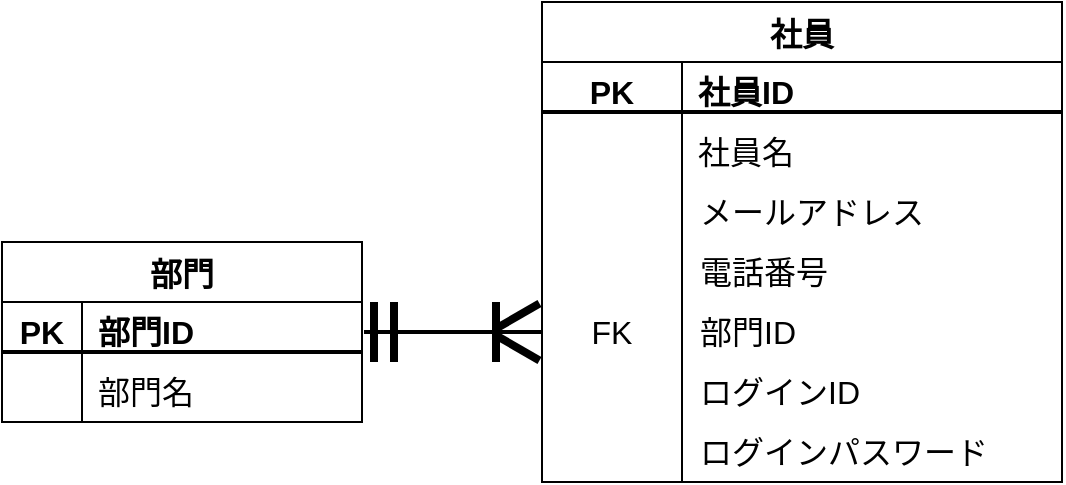
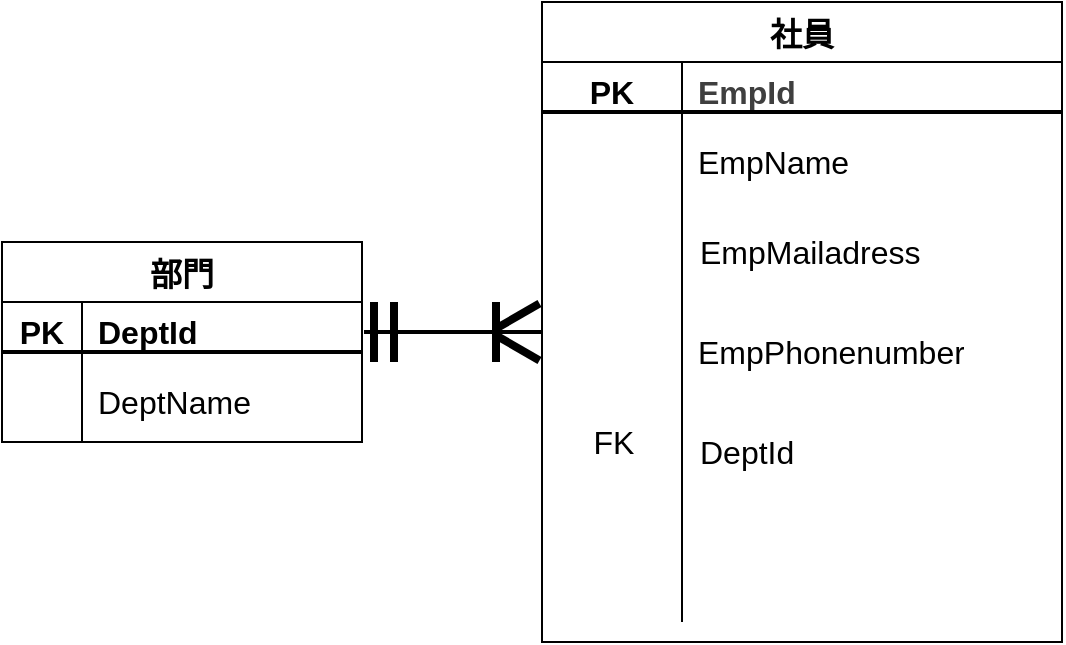
<mxfile host="65bd71144e">
    <diagram id="WxE_ewJcuUXHF8yFTwml" name="ページ1">
-         <mxGraphModel dx="2465" dy="1048" grid="1" gridSize="10" guides="1" tooltips="1" connect="1" arrows="1" fold="1" page="1" pageScale="1" pageWidth="827" pageHeight="1169" math="0" shadow="0">
+         <mxGraphModel dx="710" dy="419" grid="1" gridSize="10" guides="1" tooltips="1" connect="1" arrows="1" fold="1" page="1" pageScale="1" pageWidth="827" pageHeight="1169" math="0" shadow="0">
            <root>
                <mxCell id="0"/>
                <mxCell id="1" parent="0"/>
-                 <mxCell id="5" value="社員" style="shape=table;startSize=30;container=1;collapsible=0;childLayout=tableLayout;fixedRows=1;rowLines=0;fontStyle=1;strokeColor=default;fontSize=16;" vertex="1" parent="1">
-                     <mxGeometry x="450" y="70" width="260" height="240" as="geometry"/>
+                 <mxCell id="5" value="社員" style="shape=table;startSize=30;container=1;collapsible=0;childLayout=tableLayout;fixedRows=1;rowLines=0;fontStyle=1;strokeColor=default;fontSize=16;" parent="1" vertex="1">
+                     <mxGeometry x="450" y="70" width="260" height="320" as="geometry"/>
                </mxCell>
-                 <mxCell id="6" value="" style="shape=tableRow;horizontal=0;startSize=0;swimlaneHead=0;swimlaneBody=0;top=0;left=0;bottom=0;right=0;collapsible=0;dropTarget=0;fillColor=none;points=[[0,0.5],[1,0.5]];portConstraint=eastwest;strokeColor=inherit;fontSize=16;" vertex="1" parent="5">
+                 <mxCell id="6" value="" style="shape=tableRow;horizontal=0;startSize=0;swimlaneHead=0;swimlaneBody=0;top=0;left=0;bottom=0;right=0;collapsible=0;dropTarget=0;fillColor=none;points=[[0,0.5],[1,0.5]];portConstraint=eastwest;strokeColor=inherit;fontSize=16;" parent="5" vertex="1">
                    <mxGeometry y="30" width="260" height="30" as="geometry"/>
                </mxCell>
-                 <mxCell id="7" value="PK" style="shape=partialRectangle;html=1;whiteSpace=wrap;connectable=0;fillColor=none;top=0;left=0;bottom=0;right=0;overflow=hidden;pointerEvents=1;strokeColor=inherit;fontSize=16;fontStyle=1" vertex="1" parent="6">
+                 <mxCell id="7" value="PK" style="shape=partialRectangle;html=1;whiteSpace=wrap;connectable=0;fillColor=none;top=0;left=0;bottom=0;right=0;overflow=hidden;pointerEvents=1;strokeColor=inherit;fontSize=16;fontStyle=1" parent="6" vertex="1">
                    <mxGeometry width="70" height="30" as="geometry">
                        <mxRectangle width="70" height="30" as="alternateBounds"/>
                    </mxGeometry>
                </mxCell>
-                 <mxCell id="8" value="社員ID&lt;span style=&quot;white-space: pre;&quot;&gt;&#x9;&lt;/span&gt;" style="shape=partialRectangle;html=1;whiteSpace=wrap;connectable=0;fillColor=none;top=0;left=0;bottom=0;right=0;align=left;spacingLeft=6;overflow=hidden;strokeColor=inherit;fontSize=16;fontStyle=1" vertex="1" parent="6">
+                 <mxCell id="8" value="&lt;span style=&quot;color: rgb(63, 63, 63); background-color: transparent;&quot;&gt;EmpId&lt;/span&gt;&lt;span style=&quot;color: rgb(63, 63, 63); background-color: transparent; white-space: pre;&quot;&gt;&#x9;&lt;/span&gt;" style="shape=partialRectangle;html=1;whiteSpace=wrap;connectable=0;fillColor=none;top=0;left=0;bottom=0;right=0;align=left;spacingLeft=6;overflow=hidden;strokeColor=inherit;fontSize=16;fontStyle=1" parent="6" vertex="1">
                    <mxGeometry x="70" width="190" height="30" as="geometry">
                        <mxRectangle width="190" height="30" as="alternateBounds"/>
                    </mxGeometry>
                </mxCell>
-                 <mxCell id="9" value="" style="shape=tableRow;horizontal=0;startSize=0;swimlaneHead=0;swimlaneBody=0;top=0;left=0;bottom=0;right=0;collapsible=0;dropTarget=0;fillColor=none;points=[[0,0.5],[1,0.5]];portConstraint=eastwest;strokeColor=inherit;fontSize=16;" vertex="1" parent="5">
-                     <mxGeometry y="60" width="260" height="30" as="geometry"/>
+                 <mxCell id="9" value="" style="shape=tableRow;horizontal=0;startSize=0;swimlaneHead=0;swimlaneBody=0;top=0;left=0;bottom=0;right=0;collapsible=0;dropTarget=0;fillColor=none;points=[[0,0.5],[1,0.5]];portConstraint=eastwest;strokeColor=inherit;fontSize=16;" parent="5" vertex="1">
+                     <mxGeometry y="60" width="260" height="40" as="geometry"/>
                </mxCell>
-                 <mxCell id="10" value="" style="shape=partialRectangle;html=1;whiteSpace=wrap;connectable=0;fillColor=none;top=0;left=0;bottom=0;right=0;overflow=hidden;strokeColor=inherit;fontSize=16;" vertex="1" parent="9">
-                     <mxGeometry width="70" height="30" as="geometry">
+                 <mxCell id="10" value="" style="shape=partialRectangle;html=1;whiteSpace=wrap;connectable=0;fillColor=none;top=0;left=0;bottom=0;right=0;overflow=hidden;strokeColor=inherit;fontSize=16;" parent="9" vertex="1">
+                     <mxGeometry width="70" height="40" as="geometry">
+                         <mxRectangle width="70" height="40" as="alternateBounds"/>
+                     </mxGeometry>
+                 </mxCell>
+                 <mxCell id="11" value="&lt;div&gt;EmpName&lt;/div&gt;" style="shape=partialRectangle;html=1;whiteSpace=wrap;connectable=0;fillColor=none;top=0;left=0;bottom=0;right=0;align=left;spacingLeft=6;overflow=hidden;strokeColor=inherit;fontSize=16;" parent="9" vertex="1">
+                     <mxGeometry x="70" width="190" height="40" as="geometry">
+                         <mxRectangle width="190" height="40" as="alternateBounds"/>
+                     </mxGeometry>
+                 </mxCell>
+                 <mxCell id="12" value="" style="shape=tableRow;horizontal=0;startSize=0;swimlaneHead=0;swimlaneBody=0;top=0;left=0;bottom=0;right=0;collapsible=0;dropTarget=0;fillColor=none;points=[[0,0.5],[1,0.5]];portConstraint=eastwest;strokeColor=inherit;fontSize=16;" parent="5" vertex="1">
+                     <mxGeometry y="100" width="260" height="210" as="geometry"/>
+                 </mxCell>
+                 <mxCell id="13" value="" style="shape=partialRectangle;html=1;whiteSpace=wrap;connectable=0;fillColor=none;top=0;left=0;bottom=0;right=0;overflow=hidden;strokeColor=inherit;fontSize=16;" parent="12" vertex="1">
+                     <mxGeometry width="70" height="210" as="geometry">
+                         <mxRectangle width="70" height="210" as="alternateBounds"/>
+                     </mxGeometry>
+                 </mxCell>
+                 <mxCell id="14" value="" style="shape=partialRectangle;html=1;whiteSpace=wrap;connectable=0;fillColor=none;top=0;left=0;bottom=0;right=0;align=left;spacingLeft=6;overflow=hidden;strokeColor=inherit;fontSize=16;" parent="12" vertex="1">
+                     <mxGeometry x="70" width="190" height="210" as="geometry">
+                         <mxRectangle width="190" height="210" as="alternateBounds"/>
+                     </mxGeometry>
+                 </mxCell>
+                 <mxCell id="27" value="&lt;div&gt;EmpPhonenumber&lt;/div&gt;" style="shape=partialRectangle;html=1;whiteSpace=wrap;connectable=0;fillColor=none;top=0;left=0;bottom=0;right=0;align=left;spacingLeft=6;overflow=hidden;strokeColor=inherit;fontSize=16;" parent="1" vertex="1">
+                     <mxGeometry x="520" y="214.5" width="189" height="60" as="geometry">
+                         <mxRectangle width="189" height="30" as="alternateBounds"/>
+                     </mxGeometry>
+                 </mxCell>
+                 <mxCell id="30" value="&lt;div&gt;DeptId&lt;/div&gt;" style="shape=partialRectangle;html=1;whiteSpace=wrap;connectable=0;fillColor=none;top=0;left=0;bottom=0;right=0;align=left;spacingLeft=6;overflow=hidden;strokeColor=inherit;fontSize=16;" parent="1" vertex="1">
+                     <mxGeometry x="521" y="274.5" width="189" height="40" as="geometry">
+                         <mxRectangle width="189" height="30" as="alternateBounds"/>
+                     </mxGeometry>
+                 </mxCell>
+                 <mxCell id="31" value="&lt;div&gt;EmpMailadress&lt;/div&gt;" style="shape=partialRectangle;html=1;whiteSpace=wrap;connectable=0;fillColor=none;top=0;left=0;bottom=0;right=0;align=left;spacingLeft=6;overflow=hidden;strokeColor=inherit;fontSize=16;" parent="1" vertex="1">
+                     <mxGeometry x="521" y="170" width="189" height="50" as="geometry">
+                         <mxRectangle width="189" height="30" as="alternateBounds"/>
+                     </mxGeometry>
+                 </mxCell>
+                 <mxCell id="32" value="FK" style="shape=partialRectangle;html=1;whiteSpace=wrap;connectable=0;fillColor=none;top=0;left=0;bottom=0;right=0;overflow=hidden;pointerEvents=1;strokeColor=inherit;fontSize=16;" parent="1" vertex="1">
+                     <mxGeometry x="451" y="274.5" width="70" height="30" as="geometry">
                        <mxRectangle width="70" height="30" as="alternateBounds"/>
                    </mxGeometry>
                </mxCell>
-                 <mxCell id="11" value="社員名" style="shape=partialRectangle;html=1;whiteSpace=wrap;connectable=0;fillColor=none;top=0;left=0;bottom=0;right=0;align=left;spacingLeft=6;overflow=hidden;strokeColor=inherit;fontSize=16;" vertex="1" parent="9">
-                     <mxGeometry x="70" width="190" height="30" as="geometry">
-                         <mxRectangle width="190" height="30" as="alternateBounds"/>
-                     </mxGeometry>
-                 </mxCell>
-                 <mxCell id="12" value="" style="shape=tableRow;horizontal=0;startSize=0;swimlaneHead=0;swimlaneBody=0;top=0;left=0;bottom=0;right=0;collapsible=0;dropTarget=0;fillColor=none;points=[[0,0.5],[1,0.5]];portConstraint=eastwest;strokeColor=inherit;fontSize=16;" vertex="1" parent="5">
-                     <mxGeometry y="90" width="260" height="150" as="geometry"/>
-                 </mxCell>
-                 <mxCell id="13" value="" style="shape=partialRectangle;html=1;whiteSpace=wrap;connectable=0;fillColor=none;top=0;left=0;bottom=0;right=0;overflow=hidden;strokeColor=inherit;fontSize=16;" vertex="1" parent="12">
-                     <mxGeometry width="70" height="150" as="geometry">
-                         <mxRectangle width="70" height="150" as="alternateBounds"/>
-                     </mxGeometry>
-                 </mxCell>
-                 <mxCell id="14" value="" style="shape=partialRectangle;html=1;whiteSpace=wrap;connectable=0;fillColor=none;top=0;left=0;bottom=0;right=0;align=left;spacingLeft=6;overflow=hidden;strokeColor=inherit;fontSize=16;" vertex="1" parent="12">
-                     <mxGeometry x="70" width="190" height="150" as="geometry">
-                         <mxRectangle width="190" height="150" as="alternateBounds"/>
-                     </mxGeometry>
-                 </mxCell>
-                 <mxCell id="27" value="電話番号" style="shape=partialRectangle;html=1;whiteSpace=wrap;connectable=0;fillColor=none;top=0;left=0;bottom=0;right=0;align=left;spacingLeft=6;overflow=hidden;strokeColor=inherit;fontSize=16;" vertex="1" parent="1">
-                     <mxGeometry x="521" y="190" width="189" height="30" as="geometry">
-                         <mxRectangle width="189" height="30" as="alternateBounds"/>
-                     </mxGeometry>
-                 </mxCell>
-                 <mxCell id="28" value="ログインID" style="shape=partialRectangle;html=1;whiteSpace=wrap;connectable=0;fillColor=none;top=0;left=0;bottom=0;right=0;align=left;spacingLeft=6;overflow=hidden;strokeColor=inherit;fontSize=16;" vertex="1" parent="1">
-                     <mxGeometry x="521" y="250" width="189" height="30" as="geometry">
-                         <mxRectangle width="189" height="30" as="alternateBounds"/>
-                     </mxGeometry>
-                 </mxCell>
-                 <mxCell id="29" value="ログインパスワード" style="shape=partialRectangle;html=1;whiteSpace=wrap;connectable=0;fillColor=none;top=0;left=0;bottom=0;right=0;align=left;spacingLeft=6;overflow=hidden;strokeColor=inherit;fontSize=16;" vertex="1" parent="1">
-                     <mxGeometry x="521" y="280" width="189" height="30" as="geometry">
-                         <mxRectangle width="189" height="30" as="alternateBounds"/>
-                     </mxGeometry>
-                 </mxCell>
-                 <mxCell id="30" value="部門ID" style="shape=partialRectangle;html=1;whiteSpace=wrap;connectable=0;fillColor=none;top=0;left=0;bottom=0;right=0;align=left;spacingLeft=6;overflow=hidden;strokeColor=inherit;fontSize=16;" vertex="1" parent="1">
-                     <mxGeometry x="521" y="220" width="189" height="30" as="geometry">
-                         <mxRectangle width="189" height="30" as="alternateBounds"/>
-                     </mxGeometry>
-                 </mxCell>
-                 <mxCell id="31" value="メールアドレス" style="shape=partialRectangle;html=1;whiteSpace=wrap;connectable=0;fillColor=none;top=0;left=0;bottom=0;right=0;align=left;spacingLeft=6;overflow=hidden;strokeColor=inherit;fontSize=16;" vertex="1" parent="1">
-                     <mxGeometry x="521" y="160" width="189" height="30" as="geometry">
-                         <mxRectangle width="189" height="30" as="alternateBounds"/>
-                     </mxGeometry>
-                 </mxCell>
-                 <mxCell id="32" value="FK" style="shape=partialRectangle;html=1;whiteSpace=wrap;connectable=0;fillColor=none;top=0;left=0;bottom=0;right=0;overflow=hidden;pointerEvents=1;strokeColor=inherit;fontSize=16;" vertex="1" parent="1">
-                     <mxGeometry x="450" y="220" width="70" height="30" as="geometry">
-                         <mxRectangle width="70" height="30" as="alternateBounds"/>
-                     </mxGeometry>
-                 </mxCell>
-                 <mxCell id="33" value="" style="line;strokeWidth=2;html=1;" vertex="1" parent="1">
+                 <mxCell id="33" value="" style="line;strokeWidth=2;html=1;" parent="1" vertex="1">
                    <mxGeometry x="450" y="120" width="260" height="10" as="geometry"/>
                </mxCell>
-                 <mxCell id="34" value="部門" style="shape=table;startSize=30;container=1;collapsible=0;childLayout=tableLayout;fixedRows=1;rowLines=0;fontStyle=1;strokeColor=default;fontSize=16;" vertex="1" parent="1">
-                     <mxGeometry x="180" y="190" width="180" height="90" as="geometry"/>
+                 <mxCell id="34" value="部門" style="shape=table;startSize=30;container=1;collapsible=0;childLayout=tableLayout;fixedRows=1;rowLines=0;fontStyle=1;strokeColor=default;fontSize=16;" parent="1" vertex="1">
+                     <mxGeometry x="180" y="190" width="180" height="100" as="geometry"/>
                </mxCell>
-                 <mxCell id="35" value="" style="shape=tableRow;horizontal=0;startSize=0;swimlaneHead=0;swimlaneBody=0;top=0;left=0;bottom=0;right=0;collapsible=0;dropTarget=0;fillColor=none;points=[[0,0.5],[1,0.5]];portConstraint=eastwest;strokeColor=inherit;fontSize=16;" vertex="1" parent="34">
+                 <mxCell id="35" value="" style="shape=tableRow;horizontal=0;startSize=0;swimlaneHead=0;swimlaneBody=0;top=0;left=0;bottom=0;right=0;collapsible=0;dropTarget=0;fillColor=none;points=[[0,0.5],[1,0.5]];portConstraint=eastwest;strokeColor=inherit;fontSize=16;" parent="34" vertex="1">
                    <mxGeometry y="30" width="180" height="30" as="geometry"/>
                </mxCell>
-                 <mxCell id="36" value="PK" style="shape=partialRectangle;html=1;whiteSpace=wrap;connectable=0;fillColor=none;top=0;left=0;bottom=0;right=0;overflow=hidden;pointerEvents=1;strokeColor=inherit;fontSize=16;fontStyle=1" vertex="1" parent="35">
+                 <mxCell id="36" value="PK" style="shape=partialRectangle;html=1;whiteSpace=wrap;connectable=0;fillColor=none;top=0;left=0;bottom=0;right=0;overflow=hidden;pointerEvents=1;strokeColor=inherit;fontSize=16;fontStyle=1" parent="35" vertex="1">
                    <mxGeometry width="40" height="30" as="geometry">
                        <mxRectangle width="40" height="30" as="alternateBounds"/>
                    </mxGeometry>
                </mxCell>
-                 <mxCell id="37" value="部門ID" style="shape=partialRectangle;html=1;whiteSpace=wrap;connectable=0;fillColor=none;top=0;left=0;bottom=0;right=0;align=left;spacingLeft=6;overflow=hidden;strokeColor=inherit;fontSize=16;fontStyle=1" vertex="1" parent="35">
+                 <mxCell id="37" value="DeptId" style="shape=partialRectangle;html=1;whiteSpace=wrap;connectable=0;fillColor=none;top=0;left=0;bottom=0;right=0;align=left;spacingLeft=6;overflow=hidden;strokeColor=inherit;fontSize=16;fontStyle=1" parent="35" vertex="1">
                    <mxGeometry x="40" width="140" height="30" as="geometry">
                        <mxRectangle width="140" height="30" as="alternateBounds"/>
                    </mxGeometry>
                </mxCell>
-                 <mxCell id="38" value="" style="shape=tableRow;horizontal=0;startSize=0;swimlaneHead=0;swimlaneBody=0;top=0;left=0;bottom=0;right=0;collapsible=0;dropTarget=0;fillColor=none;points=[[0,0.5],[1,0.5]];portConstraint=eastwest;strokeColor=inherit;fontSize=16;" vertex="1" parent="34">
-                     <mxGeometry y="60" width="180" height="30" as="geometry"/>
+                 <mxCell id="38" value="" style="shape=tableRow;horizontal=0;startSize=0;swimlaneHead=0;swimlaneBody=0;top=0;left=0;bottom=0;right=0;collapsible=0;dropTarget=0;fillColor=none;points=[[0,0.5],[1,0.5]];portConstraint=eastwest;strokeColor=inherit;fontSize=16;" parent="34" vertex="1">
+                     <mxGeometry y="60" width="180" height="40" as="geometry"/>
                </mxCell>
-                 <mxCell id="39" value="" style="shape=partialRectangle;html=1;whiteSpace=wrap;connectable=0;fillColor=none;top=0;left=0;bottom=0;right=0;overflow=hidden;strokeColor=inherit;fontSize=16;" vertex="1" parent="38">
-                     <mxGeometry width="40" height="30" as="geometry">
-                         <mxRectangle width="40" height="30" as="alternateBounds"/>
+                 <mxCell id="39" value="" style="shape=partialRectangle;html=1;whiteSpace=wrap;connectable=0;fillColor=none;top=0;left=0;bottom=0;right=0;overflow=hidden;strokeColor=inherit;fontSize=16;" parent="38" vertex="1">
+                     <mxGeometry width="40" height="40" as="geometry">
+                         <mxRectangle width="40" height="40" as="alternateBounds"/>
                    </mxGeometry>
                </mxCell>
-                 <mxCell id="40" value="部門名" style="shape=partialRectangle;html=1;whiteSpace=wrap;connectable=0;fillColor=none;top=0;left=0;bottom=0;right=0;align=left;spacingLeft=6;overflow=hidden;strokeColor=inherit;fontSize=16;" vertex="1" parent="38">
-                     <mxGeometry x="40" width="140" height="30" as="geometry">
-                         <mxRectangle width="140" height="30" as="alternateBounds"/>
+                 <mxCell id="40" value="&lt;div&gt;DeptName&lt;/div&gt;" style="shape=partialRectangle;html=1;whiteSpace=wrap;connectable=0;fillColor=none;top=0;left=0;bottom=0;right=0;align=left;spacingLeft=6;overflow=hidden;strokeColor=inherit;fontSize=16;" parent="38" vertex="1">
+                     <mxGeometry x="40" width="140" height="40" as="geometry">
+                         <mxRectangle width="140" height="40" as="alternateBounds"/>
                    </mxGeometry>
                </mxCell>
-                 <mxCell id="44" value="" style="line;strokeWidth=2;html=1;" vertex="1" parent="1">
+                 <mxCell id="44" value="" style="line;strokeWidth=2;html=1;" parent="1" vertex="1">
                    <mxGeometry x="180" y="240" width="180" height="10" as="geometry"/>
                </mxCell>
-                 <mxCell id="46" value="" style="line;strokeWidth=2;html=1;" vertex="1" parent="1">
+                 <mxCell id="46" value="" style="line;strokeWidth=2;html=1;" parent="1" vertex="1">
                    <mxGeometry x="361" y="230" width="89" height="10" as="geometry"/>
                </mxCell>
-                 <mxCell id="50" value="" style="line;strokeWidth=4;direction=south;html=1;perimeter=backbonePerimeter;points=[];outlineConnect=0;" vertex="1" parent="1">
+                 <mxCell id="50" value="" style="line;strokeWidth=4;direction=south;html=1;perimeter=backbonePerimeter;points=[];outlineConnect=0;" parent="1" vertex="1">
                    <mxGeometry x="361" y="220" width="10" height="30" as="geometry"/>
                </mxCell>
-                 <mxCell id="51" value="" style="line;strokeWidth=4;direction=south;html=1;perimeter=backbonePerimeter;points=[];outlineConnect=0;" vertex="1" parent="1">
+                 <mxCell id="51" value="" style="line;strokeWidth=4;direction=south;html=1;perimeter=backbonePerimeter;points=[];outlineConnect=0;" parent="1" vertex="1">
                    <mxGeometry x="371" y="220" width="10" height="30" as="geometry"/>
                </mxCell>
-                 <mxCell id="52" value="" style="line;strokeWidth=4;direction=south;html=1;perimeter=backbonePerimeter;points=[];outlineConnect=0;" vertex="1" parent="1">
+                 <mxCell id="52" value="" style="line;strokeWidth=4;direction=south;html=1;perimeter=backbonePerimeter;points=[];outlineConnect=0;" parent="1" vertex="1">
                    <mxGeometry x="422" y="220" width="10" height="30" as="geometry"/>
                </mxCell>
-                 <mxCell id="53" value="" style="line;strokeWidth=4;direction=south;html=1;perimeter=backbonePerimeter;points=[];outlineConnect=0;rotation=-60;" vertex="1" parent="1">
+                 <mxCell id="53" value="" style="line;strokeWidth=4;direction=south;html=1;perimeter=backbonePerimeter;points=[];outlineConnect=0;rotation=-60;" parent="1" vertex="1">
                    <mxGeometry x="432.92" y="230.5" width="10" height="25" as="geometry"/>
                </mxCell>
-                 <mxCell id="55" value="" style="line;strokeWidth=4;direction=south;html=1;perimeter=backbonePerimeter;points=[];outlineConnect=0;rotation=-120;" vertex="1" parent="1">
+                 <mxCell id="55" value="" style="line;strokeWidth=4;direction=south;html=1;perimeter=backbonePerimeter;points=[];outlineConnect=0;rotation=-120;" parent="1" vertex="1">
                    <mxGeometry x="432.92" y="214.5" width="10" height="25" as="geometry"/>
                </mxCell>
            </root>
        </mxGraphModel>
    </diagram>
</mxfile>